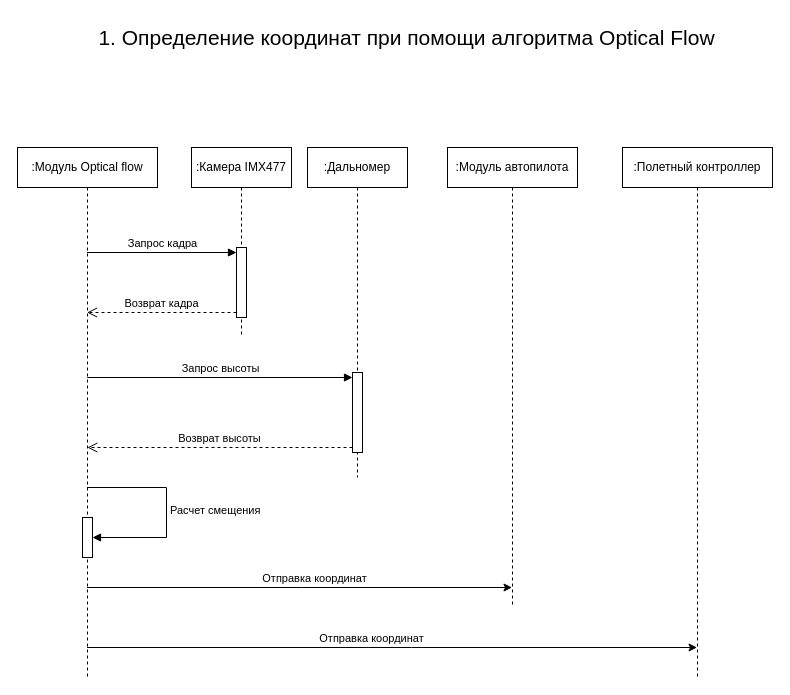
Earlier version of the draw.io diagram src/diagrams/uml-sequence/sequence_1.drawio (zimkov/system-engineering-playbook). Source tidied: cells renumbered, new cells numbered last; positions are measured from the earlier drawing's top-left corner, leaving out a move shared by most shapes. Both pictures are drawn from the tidied source at 100%, with x=0, y=0 at pixel (17, 17).
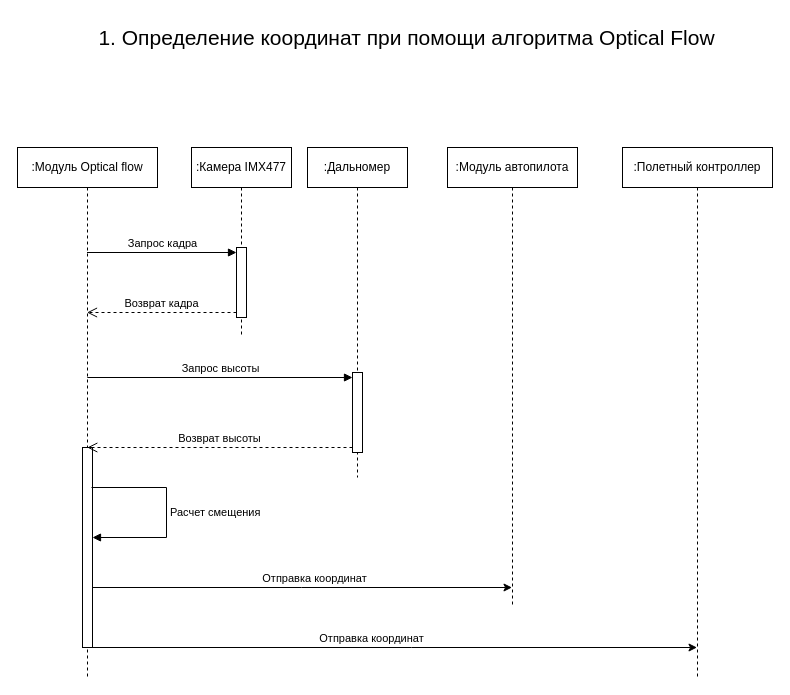
The same diagram, later.

The change refers to these unchanged cells:
```xml
<mxCell id="9" value=":Модуль Optical flow" style="shape=umlLifeline;perimeter=lifelinePerimeter;whiteSpace=wrap;html=1;outlineConnect=0;portConstraint=eastwest;newEdgeStyle={&quot;curved&quot;:0,&quot;rounded&quot;:0};" parent="1" vertex="1">
  <mxGeometry y="130" width="140" height="530" as="geometry" />
</mxCell>
```

Change to the diagram source:
```diff
@@
     <mxCell id="10" style="html=1;points=[[0,0,0,0,5],[0,1,0,0,-5],[1,0,0,0,5],[1,1,0,0,-5]];perimeter=orthogonalPerimeter;outlineConnect=0;targetShapes=umlLifeline;portConstraint=eastwest;newEdgeStyle={&quot;curved&quot;:0,&quot;rounded&quot;:0};" parent="9" vertex="1">
-      <mxGeometry x="65" y="370" width="10" height="40" as="geometry" />
+      <mxGeometry x="65" y="300" width="10" height="200" as="geometry" />
     </mxCell>
-    <mxCell id="11" value="Расчет смещения" style="html=1;align=left;spacingLeft=2;endArrow=block;rounded=0;edgeStyle=orthogonalEdgeStyle;curved=0;rounded=0;" parent="9" edge="1" source="9" target="10">
+    <mxCell id="11" value="Расчет смещения" style="html=1;align=left;spacingLeft=2;endArrow=block;rounded=0;edgeStyle=orthogonalEdgeStyle;curved=0;rounded=0;" parent="9" edge="1" target="10">
       <mxGeometry relative="1" as="geometry">
+        <mxPoint x="74" y="340" as="sourcePoint" />
         <Array as="points">
           <mxPoint x="149" y="340" />
           <mxPoint x="149" y="390" />
           <mxPoint x="70" y="390" />
         </Array>
       </mxGeometry>
     </mxCell>
```
